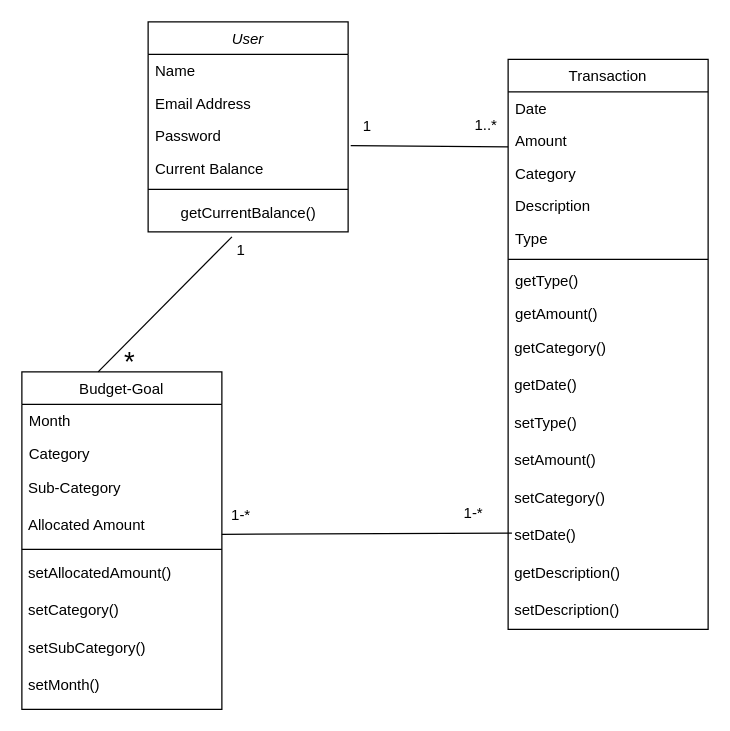
Before: images/Untitled Diagram.drawio in calvin-cs262-Fall2024-TheATeam/Centsible-Project, a draw.io diagram. Source tidied: cells renumbered, new cells numbered last; positions are measured from the earlier drawing's top-left corner, leaving out a move shared by most shapes. Both pictures are drawn from the tidied source at 125%, with x=0, y=0 at pixel (21, 21).
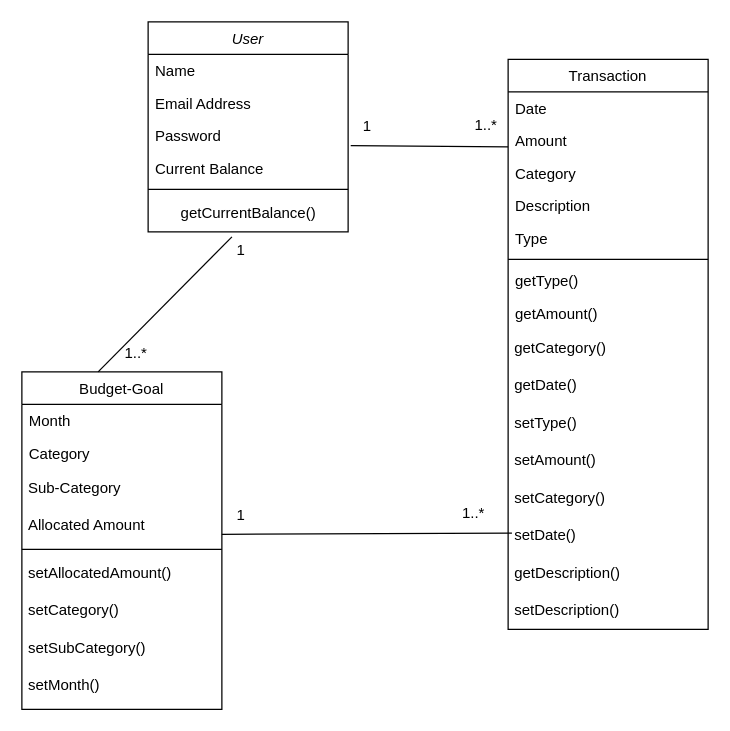
The same page after the edit.

What changed in the source:
```diff
@@
-    <mxCell id="37" value="*" style="text;html=1;align=center;verticalAlign=middle;strokeColor=none;fillColor=none;fontSize=22;" parent="1" vertex="1">
-      <mxGeometry x="71" y="253" width="30" height="40" as="geometry" />
-    </mxCell>
@@
-    <mxCell id="43" value="1-*" style="text;html=1;align=center;verticalAlign=middle;strokeColor=none;fillColor=none;" parent="1" vertex="1">
-      <mxGeometry x="155" y="380" width="40" height="30" as="geometry" />
+    <mxCell id="43" value="1" style="text;html=1;align=center;verticalAlign=middle;strokeColor=none;fillColor=none;" parent="1" vertex="1">
+      <mxGeometry x="160" y="380" width="30" height="30" as="geometry" />
     </mxCell>
-    <mxCell id="44" value="1-*" style="text;html=1;align=center;verticalAlign=middle;strokeColor=none;fillColor=none;" parent="1" vertex="1">
+    <mxCell id="44" value="1..*" style="text;html=1;align=center;verticalAlign=middle;strokeColor=none;fillColor=none;" parent="1" vertex="1">
       <mxGeometry x="341" y="378" width="40" height="30" as="geometry" />
     </mxCell>
+    <mxCell id="45" value="1..*" style="text;html=1;align=center;verticalAlign=middle;strokeColor=none;fillColor=none;" parent="1" vertex="1">
+      <mxGeometry x="71" y="250" width="40" height="30" as="geometry" />
+    </mxCell>
```
